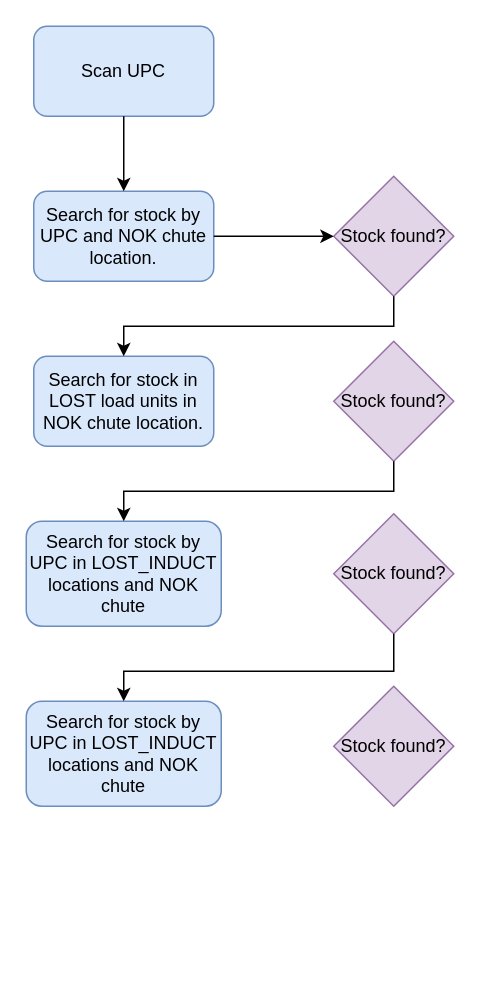
This is Untitled Diagram.drawio from itzelvigil/RepositorioPrueba, a draw.io file, before an edit. Source tidied: cells renumbered, new cells numbered last; positions are measured from the earlier drawing's top-left corner, leaving out a move shared by most shapes. Both pictures are drawn from the tidied source at 150%, with x=0, y=0 at pixel (26, 26).
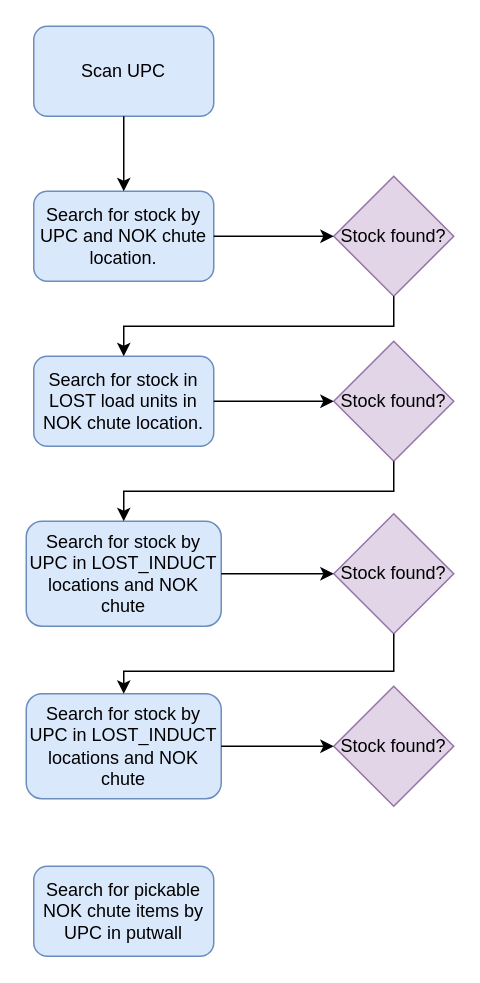
The same page after the edit.

Unchanged cells that the change refers to:
```xml
<mxCell id="7" value="Search for stock in LOST load units in NOK chute location." style="rounded=1;whiteSpace=wrap;html=1;fillColor=#dae8fc;strokeColor=#6c8ebf;" parent="1" vertex="1">
  <mxGeometry x="5" y="220" width="120" height="60" as="geometry" />
</mxCell>
<mxCell id="9" value="Search for stock by UPC in LOST_INDUCT locations and NOK chute" style="rounded=1;whiteSpace=wrap;html=1;fillColor=#dae8fc;strokeColor=#6c8ebf;" parent="1" vertex="1">
  <mxGeometry y="330" width="130" height="70" as="geometry" />
</mxCell>
<mxCell id="10" value="Stock found?" style="rhombus;whiteSpace=wrap;html=1;fillColor=#e1d5e7;strokeColor=#9673a6;" parent="1" vertex="1">
  <mxGeometry x="205" y="210" width="80" height="80" as="geometry" />
</mxCell>
<mxCell id="11" value="Stock found?" style="rhombus;whiteSpace=wrap;html=1;fillColor=#e1d5e7;strokeColor=#9673a6;" parent="1" vertex="1">
  <mxGeometry x="205" y="325" width="80" height="80" as="geometry" />
</mxCell>
<mxCell id="14" value="Stock found?" style="rhombus;whiteSpace=wrap;html=1;fillColor=#e1d5e7;strokeColor=#9673a6;" parent="1" vertex="1">
  <mxGeometry x="205" y="440" width="80" height="80" as="geometry" />
</mxCell>
```

The edit, as a diff of the source:
```diff
@@
     <mxCell id="12" value="Search for stock by UPC in LOST_INDUCT locations and NOK chute" style="rounded=1;whiteSpace=wrap;html=1;fillColor=#dae8fc;strokeColor=#6c8ebf;" parent="1" vertex="1">
-      <mxGeometry y="450" width="130" height="70" as="geometry" />
+      <mxGeometry y="445" width="130" height="70" as="geometry" />
     </mxCell>
@@
+    <mxCell id="16" style="endArrow=classic;html=1;rounded=0;exitX=1;exitY=0.5;exitDx=0;exitDy=0;entryX=0;entryY=0.5;entryDx=0;entryDy=0;" parent="1" edge="1" source="7" target="10">
+      <mxGeometry relative="1" as="geometry" />
+    </mxCell>
+    <mxCell id="17" style="endArrow=classic;html=1;rounded=0;exitX=1;exitY=0.5;exitDx=0;exitDy=0;entryX=0;entryY=0.5;entryDx=0;entryDy=0;" parent="1" edge="1" source="9" target="11">
+      <mxGeometry relative="1" as="geometry" />
+    </mxCell>
+    <mxCell id="18" style="endArrow=classic;html=1;rounded=0;exitX=1;exitY=0.5;exitDx=0;exitDy=0;entryX=0;entryY=0.5;entryDx=0;entryDy=0;" parent="1" edge="1" source="12" target="14">
+      <mxGeometry relative="1" as="geometry" />
+    </mxCell>
+    <mxCell id="19" value="Search for pickable NOK chute items by UPC in putwall" style="rounded=1;whiteSpace=wrap;html=1;fillColor=#dae8fc;strokeColor=#6c8ebf;" parent="1" vertex="1">
+      <mxGeometry x="5" y="560" width="120" height="60" as="geometry" />
+    </mxCell>
```
